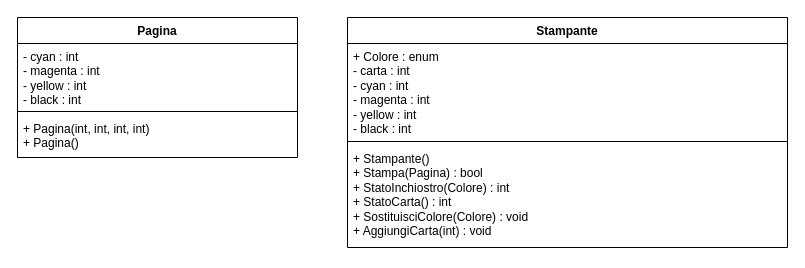
Above: WPFStampante.drawio in MichelleMyBad/WPFStampante (draw.io), before the change. Source tidied: cells renumbered, new cells numbered last; positions are measured from the earlier drawing's top-left corner, leaving out a move shared by most shapes. Both pictures are drawn from the tidied source at 100%, with x=0, y=0 at pixel (17, 17).
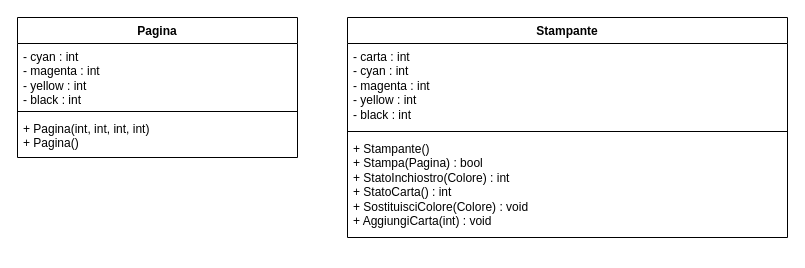
The same diagram, later.

The edit, as a diff of the source:
```diff
@@
 <mxGraphModel>
   <root>
     <mxCell id="0" />
     <mxCell id="1" parent="0" />
     <mxCell id="2" value="Pagina" style="swimlane;fontStyle=1;align=center;verticalAlign=top;horizontal=1;startSize=26;whiteSpace=wrap;html=1;" parent="1" vertex="1">
       <mxGeometry width="280" height="140" as="geometry" />
     </mxCell>
     <mxCell id="3" value="- cyan : int&lt;br&gt;- magenta : int&lt;br&gt;- yellow : int&lt;br&gt;- black : int" style="text;strokeColor=none;fillColor=none;align=left;verticalAlign=top;spacingLeft=4;spacingRight=4;overflow=hidden;whiteSpace=wrap;html=1;" parent="2" vertex="1">
       <mxGeometry y="26" width="280" height="64" as="geometry" />
     </mxCell>
     <mxCell id="4" style="line;strokeWidth=1;fillColor=none;align=left;verticalAlign=middle;spacingTop=-1;spacingLeft=3;spacingRight=3;labelPosition=right;strokeColor=inherit;" parent="2" vertex="1">
       <mxGeometry y="90" width="280" height="8" as="geometry" />
     </mxCell>
     <mxCell id="5" value="+ Pagina(int, int, int, int)&lt;br&gt;+ Pagina()" style="text;strokeColor=none;fillColor=none;align=left;verticalAlign=top;spacingLeft=4;spacingRight=4;overflow=hidden;whiteSpace=wrap;html=1;" parent="2" vertex="1">
       <mxGeometry y="98" width="280" height="42" as="geometry" />
     </mxCell>
     <mxCell id="6" value="Stampante" style="swimlane;fontStyle=1;align=center;verticalAlign=top;horizontal=1;startSize=26;whiteSpace=wrap;html=1;" parent="1" vertex="1">
-      <mxGeometry x="330" width="440" height="230" as="geometry" />
+      <mxGeometry x="330" width="440" height="220" as="geometry" />
     </mxCell>
-    <mxCell id="7" value="+ Colore : enum&lt;br&gt;- carta : int&lt;br&gt;- cyan : int&lt;br style=&quot;border-color: var(--border-color);&quot;&gt;- magenta : int&lt;br style=&quot;border-color: var(--border-color);&quot;&gt;- yellow : int&lt;br style=&quot;border-color: var(--border-color);&quot;&gt;- black : int" style="text;strokeColor=none;fillColor=none;align=left;verticalAlign=top;spacingLeft=4;spacingRight=4;overflow=hidden;whiteSpace=wrap;html=1;" parent="6" vertex="1">
-      <mxGeometry y="26" width="440" height="94" as="geometry" />
-    </mxCell>
-    <mxCell id="8" style="line;strokeWidth=1;fillColor=none;align=left;verticalAlign=middle;spacingTop=-1;spacingLeft=3;spacingRight=3;labelPosition=right;strokeColor=inherit;" parent="6" vertex="1">
-      <mxGeometry y="120" width="440" height="8" as="geometry" />
-    </mxCell>
+    <mxCell id="10" value="- carta : int&lt;br&gt;- cyan : int&lt;br style=&quot;border-color: var(--border-color);&quot;&gt;- magenta : int&lt;br style=&quot;border-color: var(--border-color);&quot;&gt;- yellow : int&lt;br style=&quot;border-color: var(--border-color);&quot;&gt;- black : int" style="text;strokeColor=none;fillColor=none;align=left;verticalAlign=top;spacingLeft=4;spacingRight=4;overflow=hidden;whiteSpace=wrap;html=1;" parent="6" vertex="1">
+      <mxGeometry y="26" width="440" height="84" as="geometry" />
+    </mxCell>
+    <mxCell id="11" style="line;strokeWidth=1;fillColor=none;align=left;verticalAlign=middle;spacingTop=-1;spacingLeft=3;spacingRight=3;labelPosition=right;strokeColor=inherit;" parent="6" vertex="1">
+      <mxGeometry y="110" width="440" height="8" as="geometry" />
+    </mxCell>
     <mxCell id="9" value="+ Stampante()&lt;br&gt;+ Stampa(Pagina) : bool&lt;br&gt;+ StatoInchiostro(Colore) : int&lt;br&gt;+ StatoCarta() : int&lt;br&gt;+ SostituisciColore(Colore) : void&lt;br&gt;+ AggiungiCarta(int) : void" style="text;strokeColor=none;fillColor=none;align=left;verticalAlign=top;spacingLeft=4;spacingRight=4;overflow=hidden;whiteSpace=wrap;html=1;" parent="6" vertex="1">
-      <mxGeometry y="128" width="440" height="102" as="geometry" />
+      <mxGeometry y="118" width="440" height="102" as="geometry" />
     </mxCell>
   </root>
 </mxGraphModel>
```
